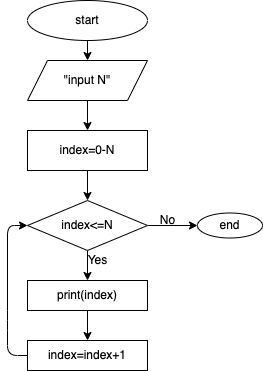
This is example.drawio.png from ElenaNec/Test_pro, a draw.io export, as it was before one commit. Source tidied: cells renumbered, new cells last; positions are measured from the earlier drawing's top-left corner, leaving out a move shared by most shapes. The source it was exported from:
```xml
<mxGraphModel>
  <root>
    <mxCell id="0" />
    <mxCell id="1" parent="0" />
    <mxCell id="2" style="edgeStyle=none;html=1;" parent="1" edge="1" source="3" target="5">
      <mxGeometry relative="1" as="geometry" />
    </mxCell>
    <mxCell id="3" value="start" style="ellipse;whiteSpace=wrap;html=1;" parent="1" vertex="1">
      <mxGeometry x="20" width="120" height="40" as="geometry" />
    </mxCell>
    <mxCell id="4" style="edgeStyle=none;html=1;" parent="1" edge="1" source="5" target="7">
      <mxGeometry relative="1" as="geometry" />
    </mxCell>
    <mxCell id="5" value="&quot;input N&quot;" style="shape=parallelogram;perimeter=parallelogramPerimeter;whiteSpace=wrap;html=1;fixedSize=1;" parent="1" vertex="1">
      <mxGeometry x="20" y="60" width="120" height="40" as="geometry" />
    </mxCell>
    <mxCell id="6" style="edgeStyle=none;html=1;" parent="1" edge="1" source="7" target="10">
      <mxGeometry relative="1" as="geometry" />
    </mxCell>
    <mxCell id="7" value="index=0-N" style="whiteSpace=wrap;html=1;" parent="1" vertex="1">
      <mxGeometry x="20" y="130" width="120" height="40" as="geometry" />
    </mxCell>
    <mxCell id="8" style="edgeStyle=none;html=1;" parent="1" edge="1" source="10" target="12">
      <mxGeometry relative="1" as="geometry" />
    </mxCell>
    <mxCell id="9" style="edgeStyle=none;html=1;" parent="1" edge="1" source="10">
      <mxGeometry relative="1" as="geometry">
        <mxPoint x="190" y="225" as="targetPoint" />
      </mxGeometry>
    </mxCell>
    <mxCell id="10" value="index&amp;lt;=N" style="rhombus;whiteSpace=wrap;html=1;" parent="1" vertex="1">
      <mxGeometry x="20" y="200" width="120" height="50" as="geometry" />
    </mxCell>
    <mxCell id="11" style="edgeStyle=none;html=1;" parent="1" edge="1" source="12" target="14">
      <mxGeometry relative="1" as="geometry" />
    </mxCell>
    <mxCell id="12" value="print(index)" style="whiteSpace=wrap;html=1;" parent="1" vertex="1">
      <mxGeometry x="20" y="280" width="120" height="30" as="geometry" />
    </mxCell>
    <mxCell id="13" style="edgeStyle=none;html=1;entryX=0;entryY=0.5;entryDx=0;entryDy=0;exitX=0;exitY=0.5;exitDx=0;exitDy=0;" parent="1" edge="1" source="14" target="10">
      <mxGeometry relative="1" as="geometry">
        <Array as="points">
          <mxPoint y="355" />
          <mxPoint y="320" />
          <mxPoint y="225" />
        </Array>
      </mxGeometry>
    </mxCell>
    <mxCell id="14" value="index=index+1" style="whiteSpace=wrap;html=1;" parent="1" vertex="1">
      <mxGeometry x="20" y="340" width="120" height="30" as="geometry" />
    </mxCell>
    <mxCell id="15" value="Yes" style="text;html=1;align=center;verticalAlign=middle;strokeColor=none;fillColor=none;" parent="1" vertex="1">
      <mxGeometry x="70" y="250" width="40" height="20" as="geometry" />
    </mxCell>
    <mxCell id="16" value="No" style="text;html=1;align=center;verticalAlign=middle;strokeColor=none;fillColor=none;" parent="1" vertex="1">
      <mxGeometry x="145" y="210" width="30" height="20" as="geometry" />
    </mxCell>
    <mxCell id="17" value="end" style="ellipse;whiteSpace=wrap;html=1;" parent="1" vertex="1">
      <mxGeometry x="190" y="212.5" width="65" height="25" as="geometry" />
    </mxCell>
  </root>
</mxGraphModel>
```
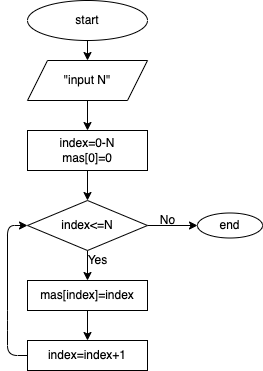
The same file after the commit.

Commit message:
Массиву присвоено значение index в цикле

What changed in the source:
```diff
@@ -17,7 +17,7 @@
     <mxCell id="6" style="edgeStyle=none;html=1;" parent="1" edge="1" source="7" target="10">
       <mxGeometry relative="1" as="geometry" />
     </mxCell>
-    <mxCell id="7" value="index=0-N" style="whiteSpace=wrap;html=1;" parent="1" vertex="1">
+    <mxCell id="7" value="index=0-N&lt;br&gt;mas[0]=0" style="whiteSpace=wrap;html=1;" parent="1" vertex="1">
       <mxGeometry x="20" y="130" width="120" height="40" as="geometry" />
     </mxCell>
     <mxCell id="8" style="edgeStyle=none;html=1;" parent="1" edge="1" source="10" target="12">
@@ -34,7 +34,7 @@
     <mxCell id="11" style="edgeStyle=none;html=1;" parent="1" edge="1" source="12" target="14">
       <mxGeometry relative="1" as="geometry" />
     </mxCell>
-    <mxCell id="12" value="print(index)" style="whiteSpace=wrap;html=1;" parent="1" vertex="1">
+    <mxCell id="12" value="mas[index]=index" style="whiteSpace=wrap;html=1;" parent="1" vertex="1">
       <mxGeometry x="20" y="280" width="120" height="30" as="geometry" />
     </mxCell>
     <mxCell id="13" style="edgeStyle=none;html=1;entryX=0;entryY=0.5;entryDx=0;entryDy=0;exitX=0;exitY=0.5;exitDx=0;exitDy=0;" parent="1" edge="1" source="14" target="10">
```
